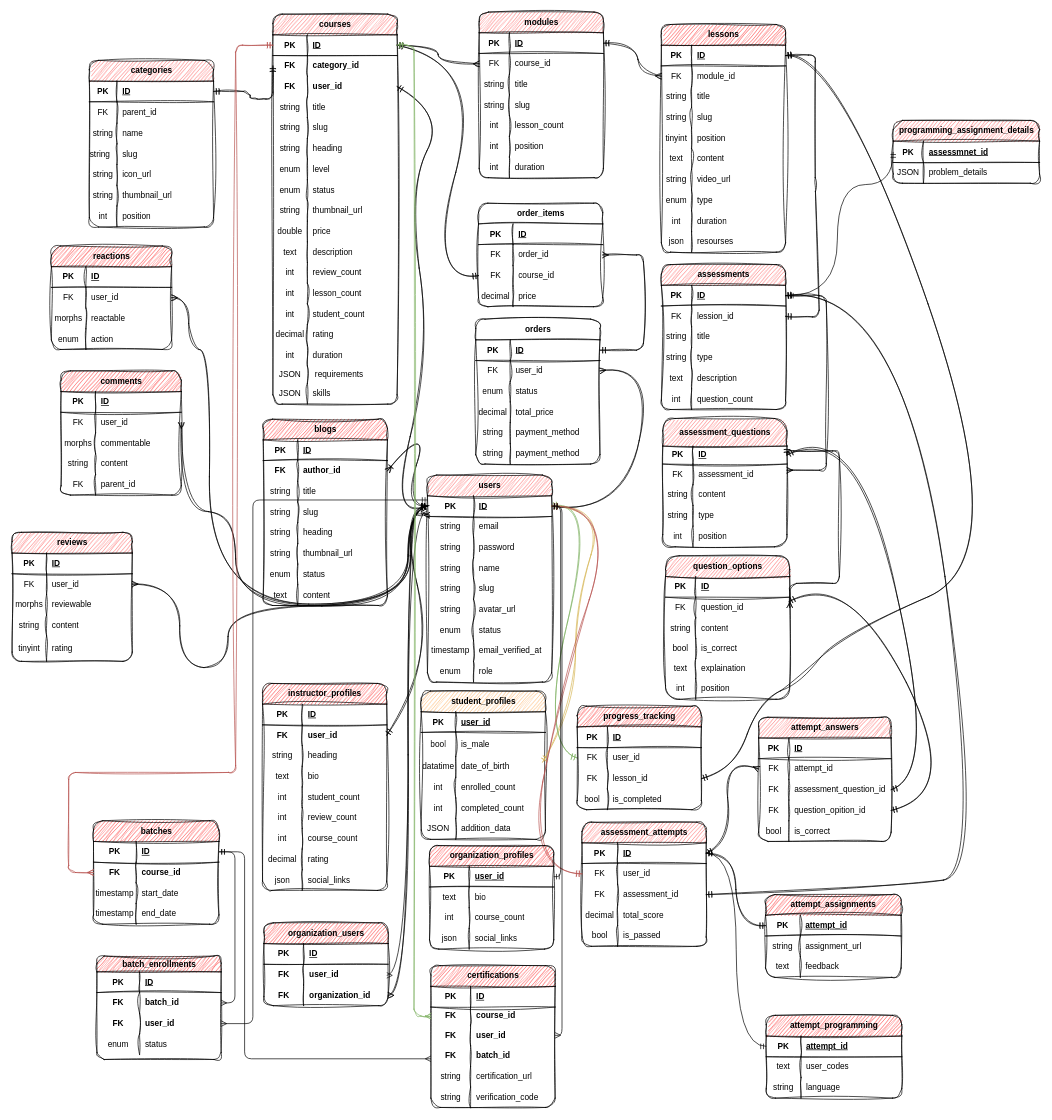
The draw.io diagram CodeZoneDatabase.drawio in BuiVanHuy001/CodeZone, before the edit. Source tidied: cells renumbered, new cells numbered last; positions are measured from the earlier drawing's top-left corner, leaving out a move shared by most shapes. Both pictures are drawn from the tidied source at 69%, with x=0, y=0 at pixel (12, 12).
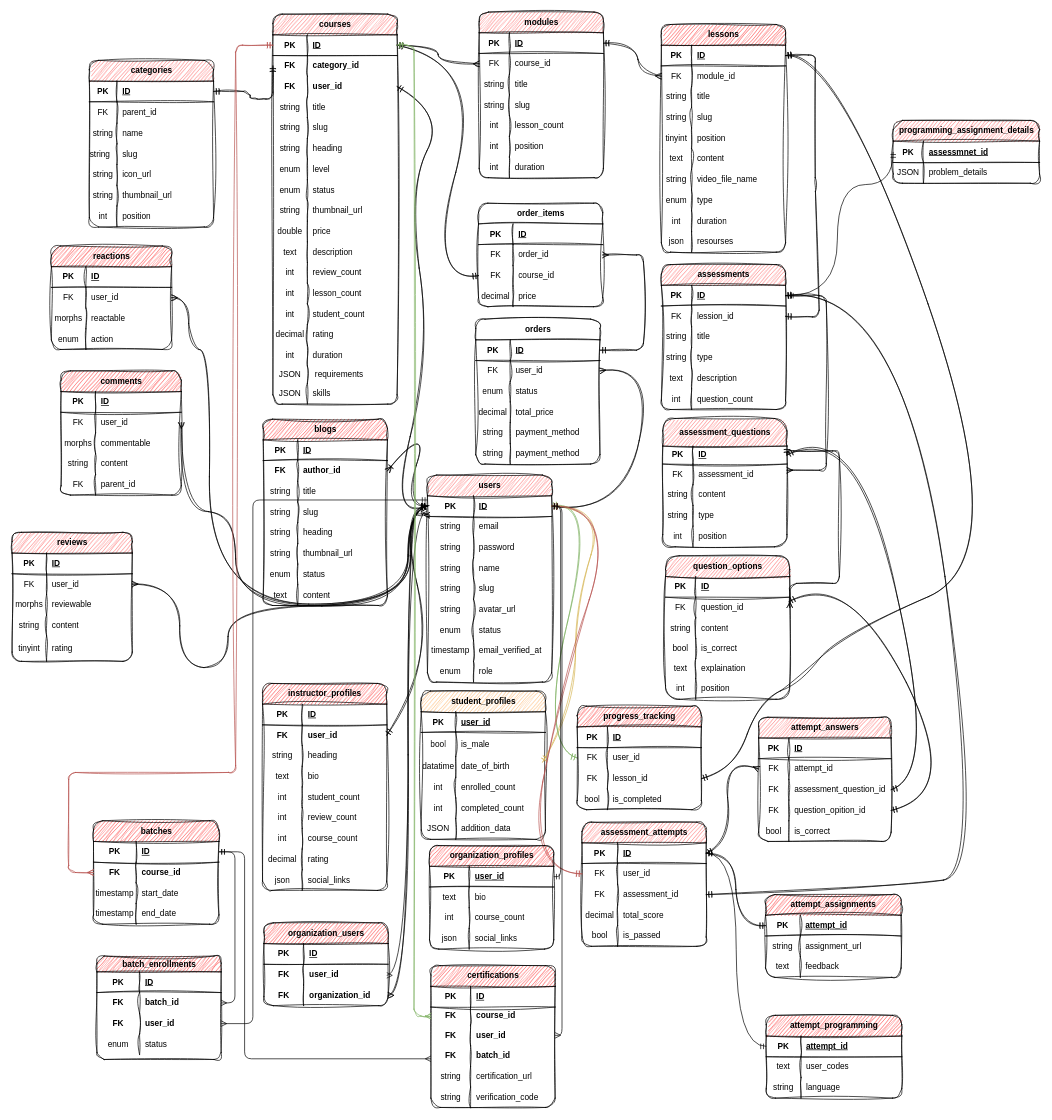
The same page after the edit.

Unchanged cells that the change refers to:
```xml
<mxCell id="149" style="shape=tableRow;horizontal=0;startSize=0;swimlaneHead=0;swimlaneBody=0;fillColor=none;top=0;left=0;right=0;bottom=0;sketch=1;curveFitting=1;jiggle=2;rounded=1;shadow=0;" parent="130" vertex="1">
  <mxGeometry y="210" width="180" height="30" as="geometry" />
</mxCell>
```

Diff of the diagram source:
```diff
@@
-    <mxCell id="151" value="video_url" style="shape=partialRectangle;fillColor=none;top=0;left=0;bottom=0;right=0;align=left;spacingLeft=6;overflow=hidden;whiteSpace=wrap;html=1;sketch=1;curveFitting=1;jiggle=2;rounded=1;shadow=0;" parent="149" vertex="1">
+    <mxCell id="151" value="video_file_name" style="shape=partialRectangle;fillColor=none;top=0;left=0;bottom=0;right=0;align=left;spacingLeft=6;overflow=hidden;whiteSpace=wrap;html=1;sketch=1;curveFitting=1;jiggle=2;rounded=1;shadow=0;" parent="149" vertex="1">
       <mxGeometry x="43.8" width="136.2" height="30" as="geometry" />
     </mxCell>
```
